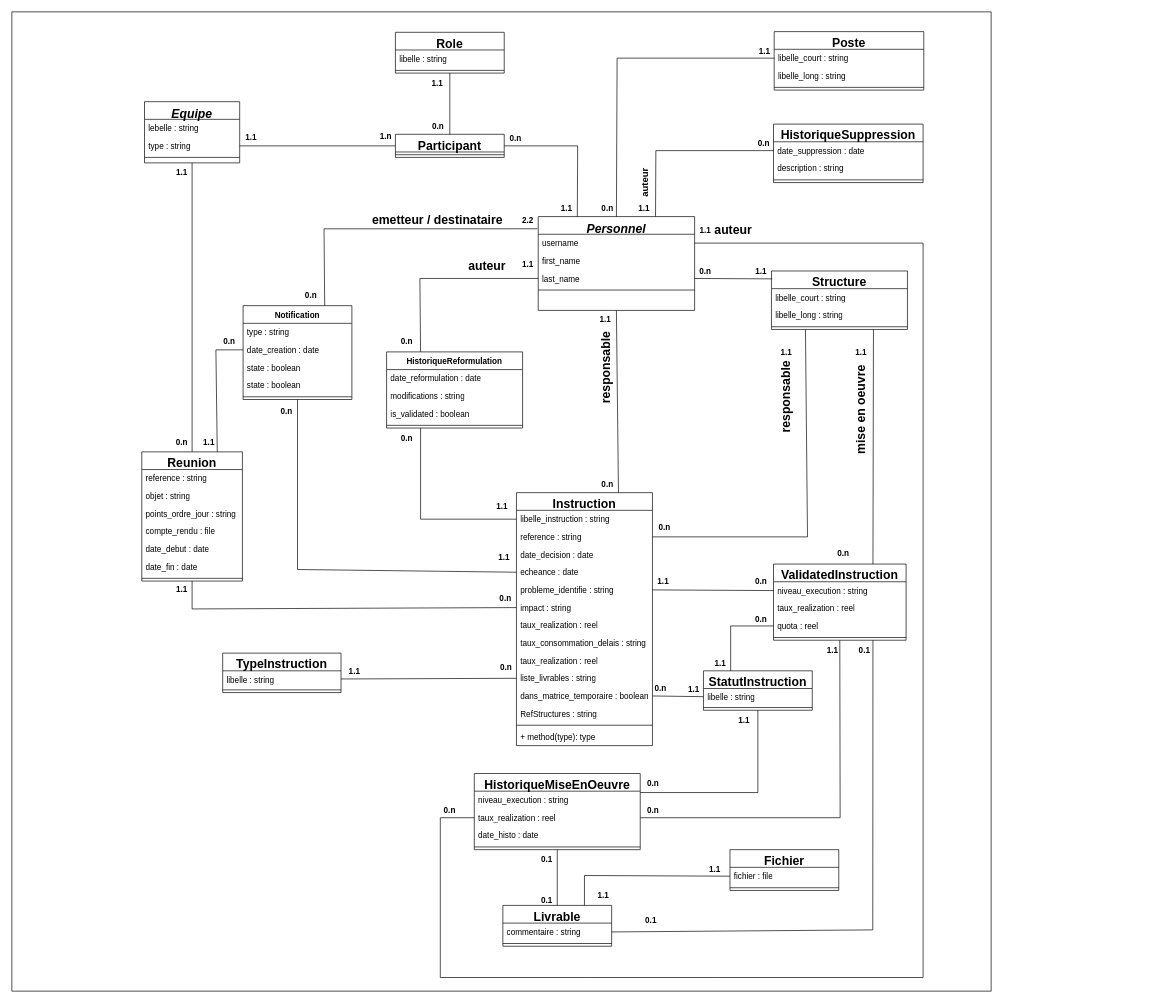
CabrelFeukeng/pp keeps this draw.io diagram as diagramme_classes_technique.drawio. Above is the earlier version. Source tidied: cells renumbered, new cells numbered last; positions are measured from the earlier drawing's top-left corner, leaving out a move shared by most shapes. Both pictures are drawn from the tidied source at 68%, with x=0, y=0 at pixel (12, 12).
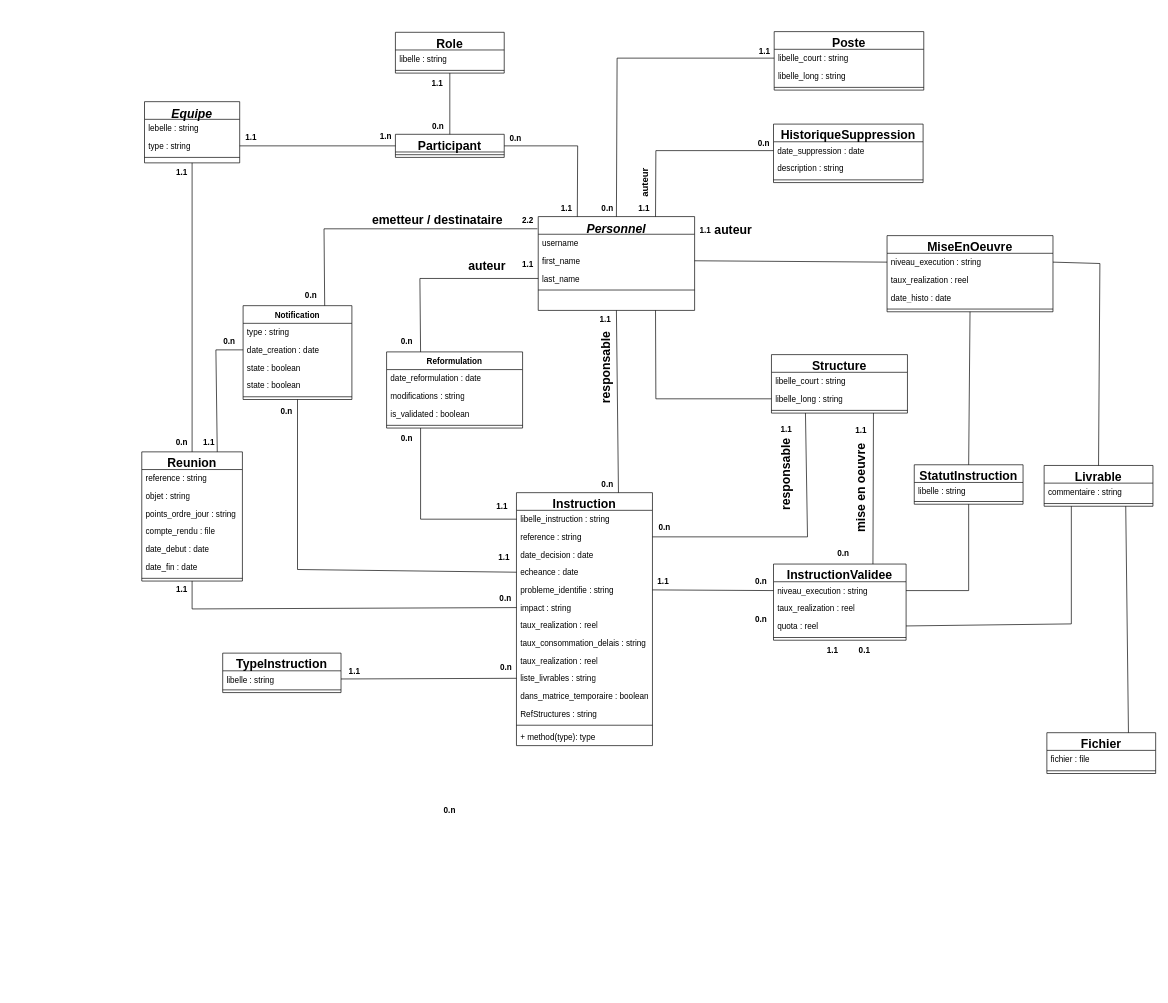
Above is the later version.

Commit message (it also covers changes not shown here):
Mettre à jour diagramme_classes_technique.drawio

The change refers to these unchanged cells:
```xml
<mxCell id="3" value="Personnel" style="swimlane;fontStyle=3;align=center;verticalAlign=top;horizontal=1;startSize=26;rounded=0;shadow=0;strokeWidth=1;fontSize=18;" parent="1" vertex="1">
  <mxGeometry x="774" y="301" width="230" height="138" as="geometry" />
</mxCell>
<mxCell id="4" value="username" style="text;align=left;verticalAlign=top;spacingLeft=4;spacingRight=4;overflow=hidden;points=[[0,0.5],[1,0.5]];portConstraint=eastwest;" parent="3" vertex="1">
  <mxGeometry y="26" width="230" height="26" as="geometry" />
</mxCell>
<mxCell id="5" value="first_name" style="text;align=left;verticalAlign=top;spacingLeft=4;spacingRight=4;overflow=hidden;points=[[0,0.5],[1,0.5]];portConstraint=eastwest;rounded=0;shadow=0;html=0;" parent="3" vertex="1">
  <mxGeometry y="52" width="230" height="26" as="geometry" />
</mxCell>
<mxCell id="6" value="last_name" style="text;align=left;verticalAlign=top;spacingLeft=4;spacingRight=4;overflow=hidden;points=[[0,0.5],[1,0.5]];portConstraint=eastwest;rounded=0;shadow=0;html=0;" parent="3" vertex="1">
  <mxGeometry y="78" width="230" height="26" as="geometry" />
</mxCell>
<mxCell id="24" value="libelle : string" style="text;strokeColor=none;fillColor=none;align=left;verticalAlign=top;spacingLeft=4;spacingRight=4;overflow=hidden;points=[[0,0.5],[1,0.5]];portConstraint=eastwest;whiteSpace=wrap;html=1;" parent="23" vertex="1">
  <mxGeometry y="26" width="160" height="24" as="geometry" />
</mxCell>
<mxCell id="48" value="dans_matrice_temporaire : boolean" style="text;strokeColor=none;fillColor=none;align=left;verticalAlign=top;spacingLeft=4;spacingRight=4;overflow=hidden;points=[[0,0.5],[1,0.5]];portConstraint=eastwest;whiteSpace=wrap;html=1;" parent="37" vertex="1">
  <mxGeometry y="286" width="200" height="26" as="geometry" />
</mxCell>
<mxCell id="53" value="niveau_execution : string" style="text;strokeColor=none;fillColor=none;align=left;verticalAlign=top;spacingLeft=4;spacingRight=4;overflow=hidden;points=[[0,0.5],[1,0.5]];portConstraint=eastwest;whiteSpace=wrap;html=1;" parent="52" vertex="1">
  <mxGeometry y="26" width="244" height="26" as="geometry" />
</mxCell>
<mxCell id="54" value="taux_realization : reel" style="text;strokeColor=none;fillColor=none;align=left;verticalAlign=top;spacingLeft=4;spacingRight=4;overflow=hidden;points=[[0,0.5],[1,0.5]];portConstraint=eastwest;whiteSpace=wrap;html=1;" parent="52" vertex="1">
  <mxGeometry y="52" width="244" height="26" as="geometry" />
</mxCell>
<mxCell id="58" value="niveau_execution : string" style="text;strokeColor=none;fillColor=none;align=left;verticalAlign=top;spacingLeft=4;spacingRight=4;overflow=hidden;points=[[0,0.5],[1,0.5]];portConstraint=eastwest;whiteSpace=wrap;html=1;" parent="57" vertex="1">
  <mxGeometry y="26" width="195" height="26" as="geometry" />
</mxCell>
<mxCell id="60" value="quota : reel" style="text;strokeColor=none;fillColor=none;align=left;verticalAlign=top;spacingLeft=4;spacingRight=4;overflow=hidden;points=[[0,0.5],[1,0.5]];portConstraint=eastwest;whiteSpace=wrap;html=1;" parent="57" vertex="1">
  <mxGeometry y="78" width="195" height="26" as="geometry" />
</mxCell>
<mxCell id="68" value="commentaire : string" style="text;strokeColor=none;fillColor=none;align=left;verticalAlign=top;spacingLeft=4;spacingRight=4;overflow=hidden;points=[[0,0.5],[1,0.5]];portConstraint=eastwest;whiteSpace=wrap;html=1;" parent="67" vertex="1">
  <mxGeometry y="26" width="160" height="26" as="geometry" />
</mxCell>
<mxCell id="71" value="fichier : file" style="text;strokeColor=none;fillColor=none;align=left;verticalAlign=top;spacingLeft=4;spacingRight=4;overflow=hidden;points=[[0,0.5],[1,0.5]];portConstraint=eastwest;whiteSpace=wrap;html=1;" parent="70" vertex="1">
  <mxGeometry y="26" width="160" height="26" as="geometry" />
</mxCell>
<mxCell id="75" value="libelle_long : string" style="text;strokeColor=none;fillColor=none;align=left;verticalAlign=top;spacingLeft=4;spacingRight=4;overflow=hidden;points=[[0,0.5],[1,0.5]];portConstraint=eastwest;whiteSpace=wrap;html=1;" parent="73" vertex="1">
  <mxGeometry y="52" width="200" height="26" as="geometry" />
</mxCell>
```

Change to the diagram source:
```diff
@@
-    <mxCell id="2" style="whiteSpace=wrap;html=1;" parent="1" vertex="1">
-      <mxGeometry width="1440" height="1440" as="geometry" />
-    </mxCell>
@@
     <mxCell id="23" value="&lt;font style=&quot;font-size: 18px;&quot;&gt;StatutInstruction&lt;/font&gt;" style="swimlane;fontStyle=1;align=center;verticalAlign=top;horizontal=1;startSize=26;whiteSpace=wrap;html=1;" parent="1" vertex="1">
-      <mxGeometry x="1017" y="969" width="160" height="58" as="geometry" />
+      <mxGeometry x="1327" y="666" width="160" height="58" as="geometry" />
     </mxCell>
@@
-    <mxCell id="32" value="HistoriqueReformulation" style="swimlane;fontStyle=1;align=center;verticalAlign=top;horizontal=1;startSize=26;whiteSpace=wrap;html=1;" parent="1" vertex="1">
+    <mxCell id="32" value="Reformulation" style="swimlane;fontStyle=1;align=center;verticalAlign=top;horizontal=1;startSize=26;whiteSpace=wrap;html=1;" parent="1" vertex="1">
       <mxGeometry x="551" y="500" width="200" height="112" as="geometry" />
     </mxCell>
@@
-    <mxCell id="52" value="&lt;font style=&quot;font-size: 18px;&quot;&gt;HistoriqueMiseEnOeuvre&lt;/font&gt;" style="swimlane;fontStyle=1;align=center;verticalAlign=top;horizontal=1;startSize=26;whiteSpace=wrap;html=1;" parent="1" vertex="1">
-      <mxGeometry x="680" y="1120" width="244" height="112" as="geometry" />
+    <mxCell id="52" value="&lt;font style=&quot;font-size: 18px;&quot;&gt;MiseEnOeuvre&lt;/font&gt;" style="swimlane;fontStyle=1;align=center;verticalAlign=top;horizontal=1;startSize=26;whiteSpace=wrap;html=1;" parent="1" vertex="1">
+      <mxGeometry x="1287" y="329" width="244" height="112" as="geometry" />
     </mxCell>
@@
-    <mxCell id="57" value="&lt;font style=&quot;font-size: 18px;&quot;&gt;ValidatedInstruction&lt;/font&gt;" style="swimlane;fontStyle=1;align=center;verticalAlign=top;horizontal=1;startSize=26;whiteSpace=wrap;html=1;" parent="1" vertex="1">
+    <mxCell id="57" value="&lt;font style=&quot;font-size: 18px;&quot;&gt;InstructionValidee&lt;/font&gt;" style="swimlane;fontStyle=1;align=center;verticalAlign=top;horizontal=1;startSize=26;whiteSpace=wrap;html=1;" parent="1" vertex="1">
       <mxGeometry x="1120" y="812" width="195" height="112" as="geometry" />
     </mxCell>
@@
     <mxCell id="67" value="&lt;font style=&quot;font-size: 18px;&quot;&gt;Livrable&lt;/font&gt;" style="swimlane;fontStyle=1;align=center;verticalAlign=top;horizontal=1;startSize=26;whiteSpace=wrap;html=1;" parent="1" vertex="1">
-      <mxGeometry x="722" y="1314" width="160" height="60" as="geometry" />
+      <mxGeometry x="1518" y="667" width="160" height="60" as="geometry" />
     </mxCell>
@@
     <mxCell id="70" value="&lt;font style=&quot;font-size: 18px;&quot;&gt;Fichier&lt;/font&gt;" style="swimlane;fontStyle=1;align=center;verticalAlign=top;horizontal=1;startSize=26;whiteSpace=wrap;html=1;" parent="1" vertex="1">
-      <mxGeometry x="1056" y="1232" width="160" height="60" as="geometry" />
+      <mxGeometry x="1522" y="1060" width="160" height="60" as="geometry" />
     </mxCell>
@@
     <mxCell id="73" value="&lt;font style=&quot;font-size: 18px;&quot;&gt;Structure&lt;/font&gt;" style="swimlane;fontStyle=1;align=center;verticalAlign=top;horizontal=1;startSize=26;whiteSpace=wrap;html=1;" parent="1" vertex="1">
-      <mxGeometry x="1117" y="381" width="200" height="86" as="geometry" />
+      <mxGeometry x="1117" y="504" width="200" height="86" as="geometry" />
     </mxCell>
@@
-    <mxCell id="89" style="endArrow=none;html=1;rounded=0;exitX=1;exitY=0.5;exitDx=0;exitDy=0;entryX=0.006;entryY=0.135;entryDx=0;entryDy=0;entryPerimeter=0;" parent="1" edge="1" source="6" target="73">
-      <mxGeometry relative="1" as="geometry" />
+    <mxCell id="89" style="endArrow=none;html=1;rounded=0;exitX=0.75;exitY=1;exitDx=0;exitDy=0;entryX=0;entryY=0.5;entryDx=0;entryDy=0;" parent="1" edge="1" source="3" target="75">
+      <mxGeometry relative="1" as="geometry">
+        <Array as="points">
+          <mxPoint x="947" y="569" />
+        </Array>
+      </mxGeometry>
     </mxCell>
@@
-    <mxCell id="99" style="endArrow=none;html=1;rounded=0;exitX=1;exitY=0.5;exitDx=0;exitDy=0;entryX=0;entryY=0.5;entryDx=0;entryDy=0;" parent="1" edge="1" source="48" target="24">
-      <mxGeometry relative="1" as="geometry" />
-    </mxCell>
-    <mxCell id="100" style="endArrow=none;html=1;rounded=0;entryX=0;entryY=0.5;entryDx=0;entryDy=0;exitX=0.25;exitY=0;exitDx=0;exitDy=0;" parent="1" edge="1" source="23" target="60">
-      <mxGeometry relative="1" as="geometry">
-        <Array as="points">
-          <mxPoint x="1057" y="903" />
-        </Array>
-      </mxGeometry>
-    </mxCell>
-    <mxCell id="101" style="endArrow=none;html=1;rounded=0;entryX=0.5;entryY=1;entryDx=0;entryDy=0;exitX=1;exitY=0.5;exitDx=0;exitDy=0;" parent="1" edge="1" source="54" target="57">
-      <mxGeometry relative="1" as="geometry">
-        <Array as="points">
-          <mxPoint x="1218" y="1185" />
-        </Array>
-      </mxGeometry>
-    </mxCell>
-    <mxCell id="102" style="endArrow=none;html=1;rounded=0;exitX=1;exitY=0.25;exitDx=0;exitDy=0;entryX=0.5;entryY=1;entryDx=0;entryDy=0;" parent="1" edge="1" source="52" target="23">
-      <mxGeometry relative="1" as="geometry">
-        <Array as="points">
-          <mxPoint x="1097" y="1148" />
-        </Array>
-      </mxGeometry>
-    </mxCell>
-    <mxCell id="103" style="endArrow=none;html=1;rounded=0;entryX=0.75;entryY=1;entryDx=0;entryDy=0;exitX=1;exitY=0.5;exitDx=0;exitDy=0;" parent="1" edge="1" source="68" target="57">
-      <mxGeometry relative="1" as="geometry">
-        <Array as="points">
-          <mxPoint x="1266" y="1350" />
-        </Array>
-      </mxGeometry>
-    </mxCell>
-    <mxCell id="104" style="endArrow=none;html=1;rounded=0;exitX=0;exitY=0.5;exitDx=0;exitDy=0;entryX=0.75;entryY=0;entryDx=0;entryDy=0;" parent="1" edge="1" source="71" target="67">
-      <mxGeometry relative="1" as="geometry">
-        <Array as="points">
-          <mxPoint x="842" y="1270" />
-        </Array>
-      </mxGeometry>
-    </mxCell>
-    <mxCell id="105" style="endArrow=none;html=1;rounded=0;entryX=0.5;entryY=1;entryDx=0;entryDy=0;exitX=0.5;exitY=0;exitDx=0;exitDy=0;" parent="1" edge="1" source="67" target="52">
-      <mxGeometry relative="1" as="geometry" />
-    </mxCell>
@@
-    <mxCell id="120" value="&lt;b&gt;0.n&lt;/b&gt;" style="text;html=1;align=center;verticalAlign=middle;whiteSpace=wrap;rounded=0;" parent="1" vertex="1">
-      <mxGeometry x="990" y="367" width="60" height="30" as="geometry" />
-    </mxCell>
@@
-    <mxCell id="122" value="&lt;b&gt;1.1&lt;/b&gt;" style="text;html=1;align=center;verticalAlign=middle;whiteSpace=wrap;rounded=0;" parent="1" vertex="1">
-      <mxGeometry x="1072" y="367" width="60" height="30" as="geometry" />
-    </mxCell>
@@
-    <mxCell id="133" value="&lt;b&gt;0.n&lt;/b&gt;" style="text;html=1;align=center;verticalAlign=middle;whiteSpace=wrap;rounded=0;" parent="1" vertex="1">
-      <mxGeometry x="924" y="980" width="60" height="30" as="geometry" />
-    </mxCell>
-    <mxCell id="134" value="&lt;b&gt;1.1&lt;/b&gt;" style="text;html=1;align=center;verticalAlign=middle;whiteSpace=wrap;rounded=0;" parent="1" vertex="1">
-      <mxGeometry x="973" y="981" width="60" height="30" as="geometry" />
-    </mxCell>
-    <mxCell id="135" value="&lt;b&gt;0.n&lt;/b&gt;" style="text;html=1;align=center;verticalAlign=middle;whiteSpace=wrap;rounded=0;" parent="1" vertex="1">
-      <mxGeometry x="913" y="1120" width="60" height="30" as="geometry" />
-    </mxCell>
-    <mxCell id="136" value="&lt;b&gt;0.n&lt;/b&gt;" style="text;html=1;align=center;verticalAlign=middle;whiteSpace=wrap;rounded=0;" parent="1" vertex="1">
-      <mxGeometry x="913" y="1160" width="60" height="30" as="geometry" />
-    </mxCell>
-    <mxCell id="137" value="&lt;b&gt;1.1&lt;/b&gt;" style="text;html=1;align=center;verticalAlign=middle;whiteSpace=wrap;rounded=0;" parent="1" vertex="1">
-      <mxGeometry x="1047" y="1027" width="60" height="30" as="geometry" />
-    </mxCell>
@@
-    <mxCell id="139" value="&lt;b&gt;1.1&lt;/b&gt;" style="text;html=1;align=center;verticalAlign=middle;whiteSpace=wrap;rounded=0;" parent="1" vertex="1">
-      <mxGeometry x="1012" y="943" width="60" height="30" as="geometry" />
-    </mxCell>
-    <mxCell id="140" value="&lt;b&gt;0.1&lt;/b&gt;" style="text;html=1;align=center;verticalAlign=middle;whiteSpace=wrap;rounded=0;" parent="1" vertex="1">
-      <mxGeometry x="757" y="1292" width="60" height="30" as="geometry" />
-    </mxCell>
-    <mxCell id="141" value="&lt;b&gt;0.1&lt;/b&gt;" style="text;html=1;align=center;verticalAlign=middle;whiteSpace=wrap;rounded=0;" parent="1" vertex="1">
-      <mxGeometry x="757" y="1232" width="60" height="30" as="geometry" />
-    </mxCell>
-    <mxCell id="142" value="&lt;b&gt;0.1&lt;/b&gt;" style="text;html=1;align=center;verticalAlign=middle;whiteSpace=wrap;rounded=0;" parent="1" vertex="1">
-      <mxGeometry x="910" y="1322" width="60" height="30" as="geometry" />
-    </mxCell>
-    <mxCell id="143" value="&lt;b&gt;1.1&lt;/b&gt;" style="text;html=1;align=center;verticalAlign=middle;whiteSpace=wrap;rounded=0;" parent="1" vertex="1">
-      <mxGeometry x="840" y="1284" width="60" height="30" as="geometry" />
-    </mxCell>
-    <mxCell id="144" value="&lt;b&gt;1.1&lt;/b&gt;" style="text;html=1;align=center;verticalAlign=middle;whiteSpace=wrap;rounded=0;" parent="1" vertex="1">
-      <mxGeometry x="1004" y="1247" width="60" height="30" as="geometry" />
-    </mxCell>
@@
     <mxCell id="153" value="&lt;b&gt;1.1&lt;/b&gt;" style="text;html=1;align=center;verticalAlign=middle;whiteSpace=wrap;rounded=0;" parent="1" vertex="1">
-      <mxGeometry x="1109" y="486" width="60" height="30" as="geometry" />
+      <mxGeometry x="1109" y="600" width="60" height="30" as="geometry" />
     </mxCell>
     <mxCell id="154" value="&lt;b&gt;1.1&lt;/b&gt;" style="text;html=1;align=center;verticalAlign=middle;whiteSpace=wrap;rounded=0;" parent="1" vertex="1">
-      <mxGeometry x="1218.5" y="486" width="60" height="30" as="geometry" />
+      <mxGeometry x="1218.5" y="601" width="60" height="30" as="geometry" />
     </mxCell>
@@
     <mxCell id="160" value="&lt;b&gt;&lt;font style=&quot;font-size: 18px;&quot;&gt;responsable&lt;/font&gt;&lt;/b&gt;" style="text;html=1;align=center;verticalAlign=middle;whiteSpace=wrap;rounded=0;rotation=-90;" parent="1" vertex="1">
-      <mxGeometry x="1109" y="551" width="60" height="30" as="geometry" />
+      <mxGeometry x="1109" y="665" width="60" height="30" as="geometry" />
     </mxCell>
     <mxCell id="161" value="&lt;b&gt;&lt;font style=&quot;font-size: 18px;&quot;&gt;mise en oeuvre&lt;/font&gt;&lt;/b&gt;" style="text;html=1;align=center;verticalAlign=middle;whiteSpace=wrap;rounded=0;rotation=-90;" parent="1" vertex="1">
-      <mxGeometry x="1177" y="570" width="143" height="30" as="geometry" />
+      <mxGeometry x="1177" y="685" width="143" height="30" as="geometry" />
     </mxCell>
-    <mxCell id="162" style="endArrow=none;html=1;rounded=0;entryX=0;entryY=0.5;entryDx=0;entryDy=0;exitX=1;exitY=0.5;exitDx=0;exitDy=0;" parent="1" edge="1" source="4" target="54">
-      <mxGeometry relative="1" as="geometry">
-        <Array as="points">
-          <mxPoint x="1340" y="340" />
-          <mxPoint x="1340" y="1420" />
-          <mxPoint x="1040" y="1420" />
-          <mxPoint x="850" y="1420" />
-          <mxPoint x="630" y="1420" />
-          <mxPoint x="630" y="1185" />
-        </Array>
-      </mxGeometry>
-    </mxCell>
@@
+    <mxCell id="170" style="endArrow=none;html=1;rounded=0;exitX=1;exitY=0.5;exitDx=0;exitDy=0;entryX=0;entryY=0.5;entryDx=0;entryDy=0;" parent="1" edge="1" source="5" target="53">
+      <mxGeometry relative="1" as="geometry" />
+    </mxCell>
+    <mxCell id="171" style="endArrow=none;html=1;rounded=0;entryX=0.5;entryY=1;entryDx=0;entryDy=0;exitX=0.5;exitY=0;exitDx=0;exitDy=0;" parent="1" edge="1" source="23" target="52">
+      <mxGeometry relative="1" as="geometry" />
+    </mxCell>
+    <mxCell id="172" style="endArrow=none;html=1;rounded=0;entryX=1;entryY=0.5;entryDx=0;entryDy=0;exitX=0.5;exitY=0;exitDx=0;exitDy=0;" parent="1" edge="1" source="67" target="53">
+      <mxGeometry relative="1" as="geometry">
+        <Array as="points">
+          <mxPoint x="1600" y="370" />
+        </Array>
+      </mxGeometry>
+    </mxCell>
+    <mxCell id="173" style="endArrow=none;html=1;rounded=0;entryX=0.5;entryY=1;entryDx=0;entryDy=0;exitX=1;exitY=0.5;exitDx=0;exitDy=0;" parent="1" edge="1" source="58" target="23">
+      <mxGeometry relative="1" as="geometry">
+        <Array as="points">
+          <mxPoint x="1407" y="851" />
+        </Array>
+      </mxGeometry>
+    </mxCell>
+    <mxCell id="174" style="endArrow=none;html=1;rounded=0;entryX=0.25;entryY=1;entryDx=0;entryDy=0;exitX=1;exitY=0.5;exitDx=0;exitDy=0;" parent="1" edge="1" source="60" target="67">
+      <mxGeometry relative="1" as="geometry">
+        <Array as="points">
+          <mxPoint x="1558" y="900" />
+        </Array>
+      </mxGeometry>
+    </mxCell>
+    <mxCell id="175" style="endArrow=none;html=1;rounded=0;entryX=0.75;entryY=1;entryDx=0;entryDy=0;exitX=0.75;exitY=0;exitDx=0;exitDy=0;" parent="1" edge="1" source="70" target="67">
+      <mxGeometry relative="1" as="geometry" />
+    </mxCell>
```
